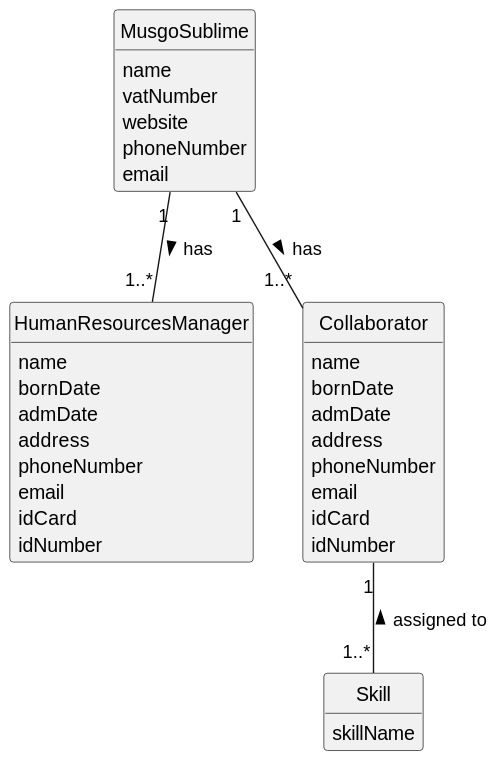
Earlier version of the PlantUML export docs/sprintA/us004/02.analysis/svg/us004-domain-model.svg (1231360-ISEP/lei-24-s2-1db-g021).
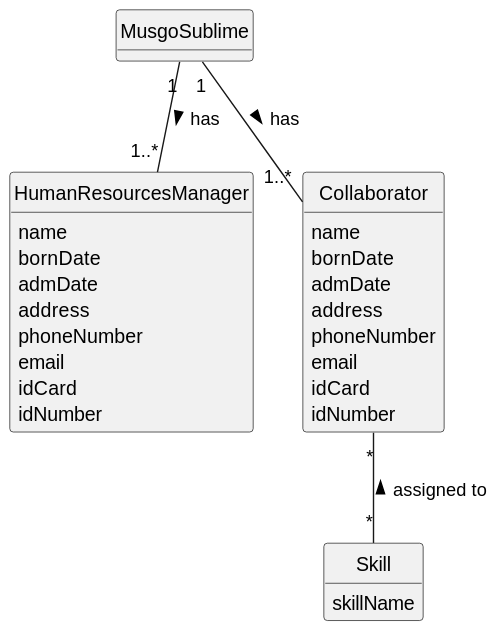
The same diagram one commit later.

The edit, as a diff of the source:
```diff
@@ -11,11 +11,6 @@
 
 
 class MusgoSublime {
-    name
-    vatNumber
-    website
-    phoneNumber
-    email
 }
 
 class HumanResourcesManager {
@@ -45,5 +40,5 @@
 }
 MusgoSublime "1" -- "1..*" Collaborator : has >
 MusgoSublime "1" -- "1..*" HumanResourcesManager : has >
-Collaborator "1" -- "1..*" Skill : assigned to <
+Collaborator "*" -- "*" Skill : assigned to <
 @enduml
```
